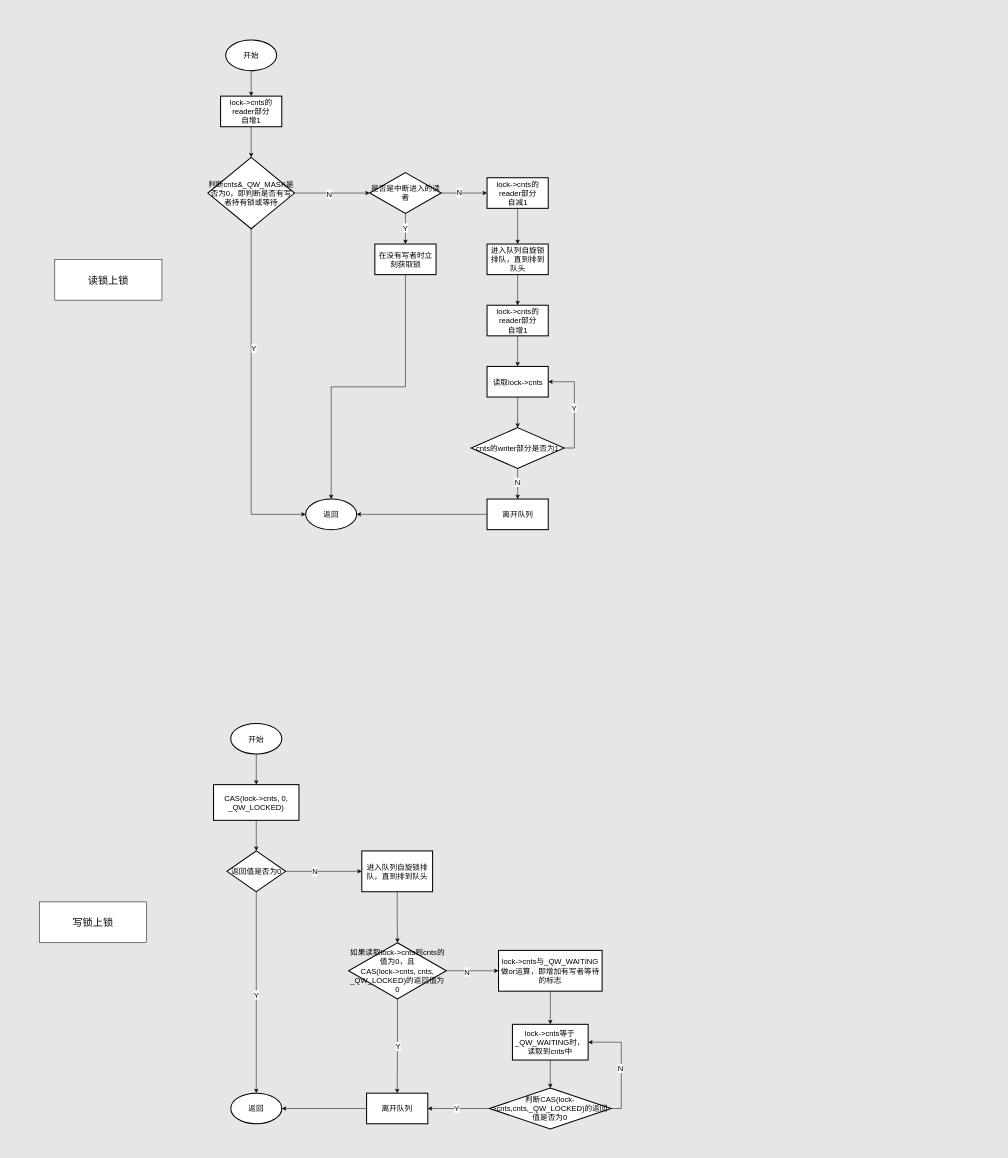
Earlier version of the draw.io diagram qrwlock.drawio (niosei/flow_charts). Source tidied: cells renumbered, new cells numbered last; positions are measured from the earlier drawing's top-left corner, leaving out a move shared by most shapes. Both pictures are drawn from the tidied source at 51%, with x=0, y=0 at pixel (39, 40).
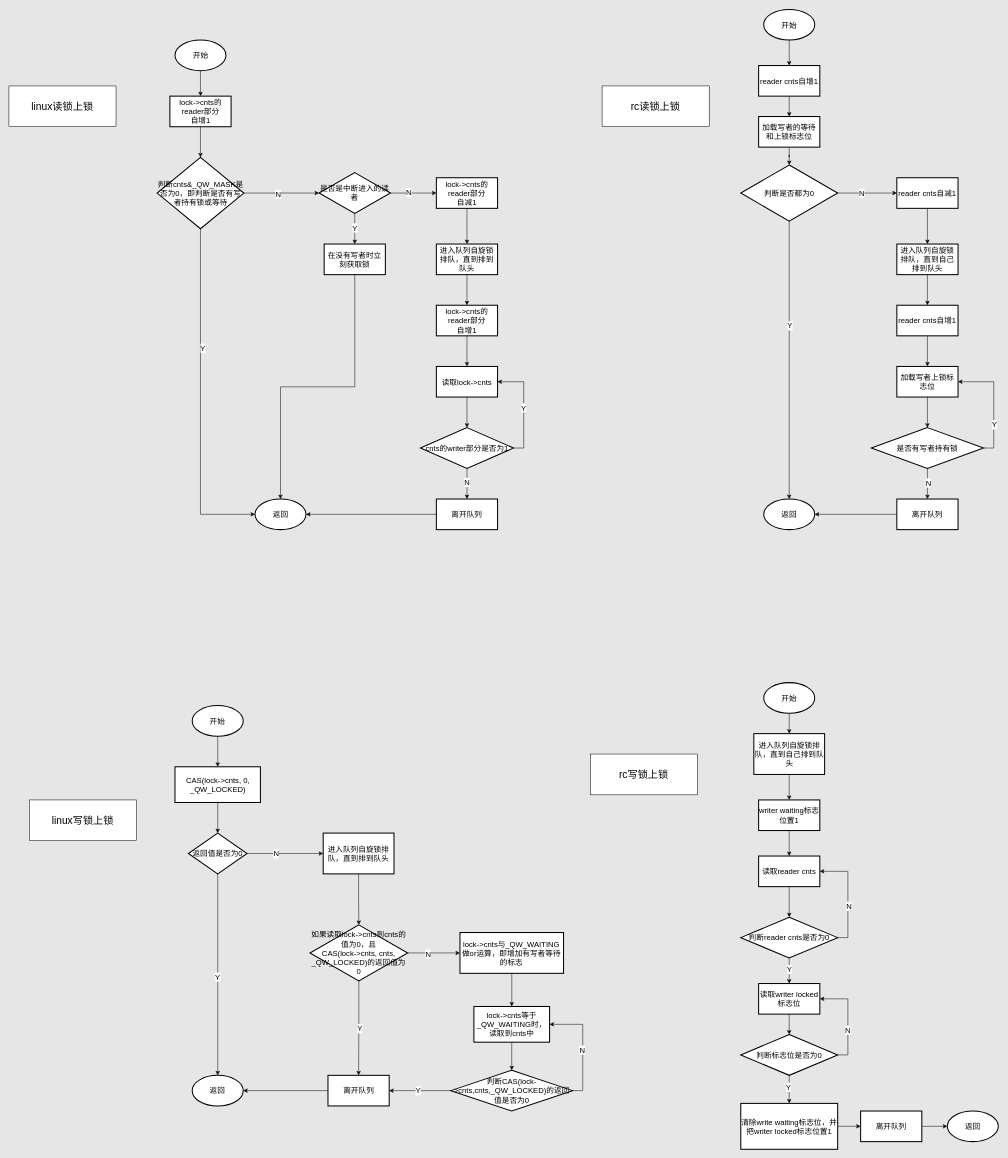
The same page after the edit.

Change to the diagram source:
```diff
@@
     <mxCell id="4" value="&lt;font style=&quot;font-size: 15px;&quot;&gt;判断cnts&amp;amp;_QW_MASK是否为0，即判断是否有写者持有锁或等待&lt;/font&gt;" style="strokeWidth=2;html=1;shape=mxgraph.flowchart.decision;whiteSpace=wrap;fontSize=15;" parent="1" vertex="1">
-      <mxGeometry x="330" y="230" width="170" height="140" as="geometry" />
+      <mxGeometry x="230.6" y="230" width="170" height="140" as="geometry" />
     </mxCell>
@@
     <mxCell id="9" value="是否是中断进入的读者" style="rhombus;whiteSpace=wrap;html=1;strokeWidth=2;fontSize=15;" parent="1" vertex="1">
-      <mxGeometry x="647.5" y="260" width="140" height="80" as="geometry" />
+      <mxGeometry x="548.1" y="260" width="140" height="80" as="geometry" />
     </mxCell>
@@
     <mxCell id="11" value="&lt;span style=&quot;font-size: 15px;&quot;&gt;开始&lt;/span&gt;" style="strokeWidth=2;html=1;shape=mxgraph.flowchart.start_1;whiteSpace=wrap;fontSize=15;" parent="1" vertex="1">
-      <mxGeometry x="365" width="100" height="60" as="geometry" />
+      <mxGeometry x="265.6" width="100" height="60" as="geometry" />
     </mxCell>
     <mxCell id="12" value="在没有写者时立刻获取锁" style="whiteSpace=wrap;html=1;strokeWidth=2;fontSize=15;" parent="1" vertex="1">
-      <mxGeometry x="657.5" y="400" width="120" height="60" as="geometry" />
+      <mxGeometry x="558.1" y="400" width="120" height="60" as="geometry" />
     </mxCell>
     <mxCell id="13" value="&lt;font style=&quot;font-size: 15px;&quot;&gt;lock-&amp;gt;cnts的reader部分&lt;/font&gt;&lt;div style=&quot;font-size: 15px;&quot;&gt;自增1&lt;/div&gt;" style="whiteSpace=wrap;html=1;strokeWidth=2;fontSize=15;" parent="1" vertex="1">
-      <mxGeometry x="355" y="110" width="120" height="60" as="geometry" />
+      <mxGeometry x="255.6" y="110" width="120" height="60" as="geometry" />
     </mxCell>
@@
     <mxCell id="16" value="&lt;font style=&quot;font-size: 15px;&quot;&gt;lock-&amp;gt;cnts的reader部分&lt;/font&gt;&lt;div style=&quot;font-size: 15px;&quot;&gt;自减1&lt;/div&gt;" style="whiteSpace=wrap;html=1;strokeWidth=2;fontSize=15;" parent="1" vertex="1">
-      <mxGeometry x="877.5" y="270" width="120" height="60" as="geometry" />
+      <mxGeometry x="778.1" y="270" width="120" height="60" as="geometry" />
     </mxCell>
     <mxCell id="17" value="&lt;span style=&quot;font-size: 15px;&quot;&gt;返回&lt;/span&gt;" style="strokeWidth=2;html=1;shape=mxgraph.flowchart.start_1;whiteSpace=wrap;fontSize=15;" parent="1" vertex="1">
-      <mxGeometry x="521.9" y="900" width="100" height="60" as="geometry" />
+      <mxGeometry x="422.5" y="900" width="100" height="60" as="geometry" />
     </mxCell>
@@
     <mxCell id="22" value="进入队列自旋锁排队，直到排到队头" style="whiteSpace=wrap;html=1;strokeWidth=2;fontSize=15;" parent="1" vertex="1">
-      <mxGeometry x="877.5" y="400" width="120" height="60" as="geometry" />
+      <mxGeometry x="778.1" y="400" width="120" height="60" as="geometry" />
     </mxCell>
@@
     <mxCell id="24" value="&lt;font style=&quot;font-size: 15px;&quot;&gt;lock-&amp;gt;cnts的reader部分&lt;/font&gt;&lt;div style=&quot;font-size: 15px;&quot;&gt;自增1&lt;/div&gt;" style="whiteSpace=wrap;html=1;strokeWidth=2;fontSize=15;" parent="1" vertex="1">
-      <mxGeometry x="877.5" y="520" width="120" height="60" as="geometry" />
+      <mxGeometry x="778.1" y="520" width="120" height="60" as="geometry" />
     </mxCell>
@@
     <mxCell id="26" value="读取lock-&amp;gt;cnts" style="whiteSpace=wrap;html=1;strokeWidth=2;fontSize=15;" parent="1" vertex="1">
-      <mxGeometry x="877.5" y="640" width="120" height="60" as="geometry" />
+      <mxGeometry x="778.1" y="640" width="120" height="60" as="geometry" />
     </mxCell>
@@
     <mxCell id="31" value="cnts的writer部分是否为1" style="rhombus;whiteSpace=wrap;html=1;strokeWidth=2;fontSize=15;" parent="1" vertex="1">
-      <mxGeometry x="846.2" y="760" width="182.5" height="80" as="geometry" />
+      <mxGeometry x="746.9" y="760" width="182.5" height="80" as="geometry" />
     </mxCell>
     <mxCell id="32" value="离开队列" style="whiteSpace=wrap;html=1;strokeWidth=2;fontSize=15;" parent="1" vertex="1">
-      <mxGeometry x="877.5" y="900" width="120" height="60" as="geometry" />
+      <mxGeometry x="778.1" y="900" width="120" height="60" as="geometry" />
     </mxCell>
@@
     <mxCell id="35" value="开始" style="strokeWidth=2;html=1;shape=mxgraph.flowchart.start_1;whiteSpace=wrap;fontSize=15;" parent="1" vertex="1">
-      <mxGeometry x="375" y="1340" width="100" height="60" as="geometry" />
+      <mxGeometry x="299.4" y="1305" width="100" height="60" as="geometry" />
     </mxCell>
     <mxCell id="36" value="&lt;span style=&quot;font-size: 15px;&quot;&gt;返回&lt;/span&gt;" style="strokeWidth=2;html=1;shape=mxgraph.flowchart.start_1;whiteSpace=wrap;fontSize=15;" parent="1" vertex="1">
-      <mxGeometry x="375" y="2065" width="100" height="60" as="geometry" />
+      <mxGeometry x="299.4" y="2030" width="100" height="60" as="geometry" />
     </mxCell>
@@
     <mxCell id="38" value="CAS(lock-&amp;gt;cnts, 0, _QW_LOCKED)" style="whiteSpace=wrap;html=1;strokeWidth=2;fontSize=15;" parent="1" vertex="1">
-      <mxGeometry x="341.2" y="1460" width="167.5" height="70" as="geometry" />
+      <mxGeometry x="265.6" y="1425" width="167.5" height="70" as="geometry" />
     </mxCell>
@@
     <mxCell id="41" value="返回值是否为0" style="rhombus;whiteSpace=wrap;html=1;strokeWidth=2;fontSize=15;" parent="1" vertex="1">
-      <mxGeometry x="367.5" y="1590" width="115" height="80" as="geometry" />
+      <mxGeometry x="291.9" y="1555" width="115" height="80" as="geometry" />
     </mxCell>
@@
     <mxCell id="45" value="进入队列自旋锁排队，直到排到队头" style="whiteSpace=wrap;html=1;strokeWidth=2;fontSize=15;" parent="1" vertex="1">
-      <mxGeometry x="631.9" y="1590" width="138.8" height="80" as="geometry" />
+      <mxGeometry x="556.2" y="1555" width="138.8" height="80" as="geometry" />
     </mxCell>
@@
     <mxCell id="50" value="如果读取lock-&amp;gt;cnts到cnts的值为0，且&lt;div style=&quot;font-size: 15px;&quot;&gt;CAS(lock-&amp;gt;cnts, cnts, _QW_LOCKED)的返回值为0&lt;/div&gt;" style="strokeWidth=2;html=1;shape=mxgraph.flowchart.decision;whiteSpace=wrap;fontSize=15;fontStyle=0;" parent="1" vertex="1">
-      <mxGeometry x="606" y="1770" width="191.6" height="110" as="geometry" />
+      <mxGeometry x="530.3" y="1735" width="191.6" height="110" as="geometry" />
     </mxCell>
     <mxCell id="51" value="离开队列" style="whiteSpace=wrap;html=1;strokeWidth=2;fontSize=15;" parent="1" vertex="1">
-      <mxGeometry x="641.3" y="2065" width="120" height="60" as="geometry" />
+      <mxGeometry x="565.6" y="2030" width="120" height="60" as="geometry" />
     </mxCell>
@@
     <mxCell id="54" value="lock-&amp;gt;cnts与_QW_WAITING做or运算，即增加有写者等待的标志" style="whiteSpace=wrap;html=1;strokeWidth=2;fontSize=15;" parent="1" vertex="1">
-      <mxGeometry x="900" y="1785" width="203.1" height="80" as="geometry" />
+      <mxGeometry x="824.4" y="1750" width="203.1" height="80" as="geometry" />
     </mxCell>
@@
     <mxCell id="56" value="lock-&amp;gt;cnts等于_QW_WAITING时，读取到cnts中" style="whiteSpace=wrap;html=1;fontSize=15;strokeWidth=2;" parent="1" vertex="1">
-      <mxGeometry x="927.3" y="1930" width="148.4" height="70" as="geometry" />
+      <mxGeometry x="851.7" y="1895" width="148.4" height="70" as="geometry" />
     </mxCell>
@@
     <mxCell id="61" value="判断CAS(lock-&amp;gt;cnts,cnts,_QW_LOCKED)的返回值是否为0" style="rhombus;whiteSpace=wrap;html=1;fontSize=15;strokeWidth=2;" parent="1" vertex="1">
-      <mxGeometry x="882.3" y="2055" width="238.4" height="80" as="geometry" />
+      <mxGeometry x="806.7" y="2020" width="238.4" height="80" as="geometry" />
     </mxCell>
-    <mxCell id="62" value="读锁上锁" style="rounded=0;whiteSpace=wrap;html=1;fontSize=20;" parent="1" vertex="1">
-      <mxGeometry x="30" y="430" width="210" height="80" as="geometry" />
+    <mxCell id="62" value="linux读锁上锁" style="rounded=0;whiteSpace=wrap;html=1;fontSize=20;" parent="1" vertex="1">
+      <mxGeometry x="-60" y="90" width="210" height="80" as="geometry" />
     </mxCell>
-    <mxCell id="63" value="写锁上锁" style="rounded=0;whiteSpace=wrap;html=1;fontSize=20;" parent="1" vertex="1">
-      <mxGeometry y="1690" width="210" height="80" as="geometry" />
+    <mxCell id="63" value="linux写锁上锁" style="rounded=0;whiteSpace=wrap;html=1;fontSize=20;" parent="1" vertex="1">
+      <mxGeometry x="-20" y="1490" width="210" height="80" as="geometry" />
     </mxCell>
+    <mxCell id="64" style="edgeStyle=orthogonalEdgeStyle;rounded=0;jettySize=auto;html=1;exitX=0.5;exitY=1;exitDx=0;exitDy=0;exitPerimeter=0;entryX=0.5;entryY=0;entryDx=0;entryDy=0;fontSize=15;" parent="1" edge="1" source="65" target="67">
+      <mxGeometry relative="1" as="geometry" />
+    </mxCell>
+    <mxCell id="65" value="&lt;span style=&quot;font-size: 15px;&quot;&gt;开始&lt;/span&gt;" style="strokeWidth=2;html=1;shape=mxgraph.flowchart.start_1;whiteSpace=wrap;fontSize=15;" parent="1" vertex="1">
+      <mxGeometry x="1420" y="-60" width="100" height="60" as="geometry" />
+    </mxCell>
+    <mxCell id="66" style="edgeStyle=orthogonalEdgeStyle;rounded=0;jettySize=auto;html=1;fontSize=15;" parent="1" edge="1" source="67" target="69">
+      <mxGeometry relative="1" as="geometry" />
+    </mxCell>
+    <mxCell id="67" value="&lt;font style=&quot;font-size: 15px;&quot;&gt;reader cnts&lt;/font&gt;&lt;span style=&quot;background-color: initial; font-size: 15px;&quot;&gt;自增1&lt;/span&gt;" style="whiteSpace=wrap;html=1;strokeWidth=2;fontSize=15;" parent="1" vertex="1">
+      <mxGeometry x="1410" y="50" width="120" height="60" as="geometry" />
+    </mxCell>
+    <mxCell id="68" style="edgeStyle=orthogonalEdgeStyle;rounded=0;jettySize=auto;html=1;fontSize=15;" parent="1" edge="1" source="69" target="74">
+      <mxGeometry relative="1" as="geometry" />
+    </mxCell>
+    <mxCell id="69" value="加载写者的等待和上锁标志位" style="whiteSpace=wrap;html=1;fontSize=15;strokeWidth=2;" parent="1" vertex="1">
+      <mxGeometry x="1410" y="150" width="120" height="60" as="geometry" />
+    </mxCell>
+    <mxCell id="70" style="edgeStyle=orthogonalEdgeStyle;rounded=0;jettySize=auto;html=1;exitX=0.5;exitY=1;exitDx=0;exitDy=0;fontSize=15;" parent="1" edge="1" source="74" target="75">
+      <mxGeometry relative="1" as="geometry" />
+    </mxCell>
+    <mxCell id="71" value="Y" style="edgeLabel;html=1;align=center;verticalAlign=middle;fontSize=15;" parent="70" vertex="1">
+      <mxGeometry x="-0.25" relative="1" as="geometry" />
+    </mxCell>
+    <mxCell id="72" style="edgeStyle=orthogonalEdgeStyle;rounded=0;jettySize=auto;html=1;fontSize=15;" parent="1" edge="1" source="74" target="77">
+      <mxGeometry relative="1" as="geometry" />
+    </mxCell>
+    <mxCell id="73" value="N" style="edgeLabel;html=1;align=center;verticalAlign=middle;fontSize=15;" parent="72" vertex="1">
+      <mxGeometry x="-0.21" y="1" relative="1" as="geometry" />
+    </mxCell>
+    <mxCell id="74" value="判断是否都为0" style="rhombus;whiteSpace=wrap;html=1;fontSize=15;strokeWidth=2;" parent="1" vertex="1">
+      <mxGeometry x="1375" y="245" width="190" height="110" as="geometry" />
+    </mxCell>
+    <mxCell id="75" value="&lt;span style=&quot;font-size: 15px;&quot;&gt;返回&lt;/span&gt;" style="strokeWidth=2;html=1;shape=mxgraph.flowchart.start_1;whiteSpace=wrap;fontSize=15;" parent="1" vertex="1">
+      <mxGeometry x="1420" y="900" width="100" height="60" as="geometry" />
+    </mxCell>
+    <mxCell id="76" style="edgeStyle=orthogonalEdgeStyle;rounded=0;jettySize=auto;html=1;fontSize=15;" parent="1" edge="1" source="77" target="79">
+      <mxGeometry relative="1" as="geometry" />
+    </mxCell>
+    <mxCell id="77" value="reader cnts自减&lt;span style=&quot;background-color: initial; font-size: 15px;&quot;&gt;1&lt;/span&gt;" style="whiteSpace=wrap;html=1;fontSize=15;strokeWidth=2;" parent="1" vertex="1">
+      <mxGeometry x="1681" y="270" width="120" height="60" as="geometry" />
+    </mxCell>
+    <mxCell id="78" style="edgeStyle=orthogonalEdgeStyle;rounded=0;jettySize=auto;html=1;fontSize=15;" parent="1" edge="1" source="79" target="81">
+      <mxGeometry relative="1" as="geometry" />
+    </mxCell>
+    <mxCell id="79" value="进入队列自旋锁排队，直到自己排到队头" style="whiteSpace=wrap;html=1;fontSize=15;strokeWidth=2;" parent="1" vertex="1">
+      <mxGeometry x="1681" y="400" width="120" height="60" as="geometry" />
+    </mxCell>
+    <mxCell id="80" style="edgeStyle=orthogonalEdgeStyle;rounded=0;jettySize=auto;html=1;fontSize=15;" parent="1" edge="1" source="81" target="88">
+      <mxGeometry relative="1" as="geometry" />
+    </mxCell>
+    <mxCell id="81" value="reader cnts&lt;span style=&quot;background-color: initial; font-size: 15px;&quot;&gt;自增1&lt;/span&gt;" style="whiteSpace=wrap;html=1;fontSize=15;strokeWidth=2;" parent="1" vertex="1">
+      <mxGeometry x="1681" y="520" width="120" height="60" as="geometry" />
+    </mxCell>
+    <mxCell id="82" style="edgeStyle=orthogonalEdgeStyle;rounded=0;jettySize=auto;html=1;exitX=1;exitY=0.5;exitDx=0;exitDy=0;entryX=1;entryY=0.5;entryDx=0;entryDy=0;fontSize=15;" parent="1" edge="1" source="86" target="88">
+      <mxGeometry relative="1" as="geometry" />
+    </mxCell>
+    <mxCell id="83" value="Y" style="edgeLabel;html=1;align=center;verticalAlign=middle;fontSize=15;" parent="82" vertex="1">
+      <mxGeometry x="-0.39" relative="1" as="geometry" />
+    </mxCell>
+    <mxCell id="84" style="edgeStyle=orthogonalEdgeStyle;rounded=0;jettySize=auto;html=1;exitX=0.5;exitY=1;exitDx=0;exitDy=0;entryX=0.5;entryY=0;entryDx=0;entryDy=0;fontSize=15;" parent="1" edge="1" source="86" target="89">
+      <mxGeometry relative="1" as="geometry" />
+    </mxCell>
+    <mxCell id="85" value="N" style="edgeLabel;html=1;align=center;verticalAlign=middle;fontSize=15;" parent="84" vertex="1">
+      <mxGeometry x="-0.1" y="1" relative="1" as="geometry" />
+    </mxCell>
+    <mxCell id="86" value="是否有写者持有锁" style="rhombus;whiteSpace=wrap;html=1;fontSize=15;strokeWidth=2;" parent="1" vertex="1">
+      <mxGeometry x="1631" y="760" width="220" height="80" as="geometry" />
+    </mxCell>
+    <mxCell id="87" style="edgeStyle=orthogonalEdgeStyle;rounded=0;jettySize=auto;html=1;entryX=0.5;entryY=0;entryDx=0;entryDy=0;fontSize=15;" parent="1" edge="1" source="88" target="86">
+      <mxGeometry relative="1" as="geometry" />
+    </mxCell>
+    <mxCell id="88" value="加载写者上锁标志位" style="whiteSpace=wrap;html=1;fontSize=15;strokeWidth=2;" parent="1" vertex="1">
+      <mxGeometry x="1681" y="640" width="120" height="60" as="geometry" />
+    </mxCell>
+    <mxCell id="89" value="离开队列" style="whiteSpace=wrap;html=1;strokeWidth=2;fontSize=15;" parent="1" vertex="1">
+      <mxGeometry x="1681" y="900" width="120" height="60" as="geometry" />
+    </mxCell>
+    <mxCell id="90" style="edgeStyle=orthogonalEdgeStyle;rounded=0;jettySize=auto;html=1;exitX=0;exitY=0.5;exitDx=0;exitDy=0;entryX=1;entryY=0.5;entryDx=0;entryDy=0;entryPerimeter=0;fontSize=15;" parent="1" edge="1" source="89" target="75">
+      <mxGeometry relative="1" as="geometry" />
+    </mxCell>
+    <mxCell id="91" value="rc读锁上锁" style="rounded=0;whiteSpace=wrap;html=1;fontSize=20;" parent="1" vertex="1">
+      <mxGeometry x="1103.1" y="90" width="210" height="80" as="geometry" />
+    </mxCell>
+    <mxCell id="92" style="edgeStyle=orthogonalEdgeStyle;rounded=0;jettySize=auto;html=1;exitX=0.5;exitY=1;exitDx=0;exitDy=0;exitPerimeter=0;entryX=0.5;entryY=0;entryDx=0;entryDy=0;fontSize=15;" parent="1" edge="1" source="93" target="95">
+      <mxGeometry relative="1" as="geometry" />
+    </mxCell>
+    <mxCell id="93" value="开始" style="strokeWidth=2;html=1;shape=mxgraph.flowchart.start_1;whiteSpace=wrap;fontSize=15;" parent="1" vertex="1">
+      <mxGeometry x="1420" y="1260" width="100" height="60" as="geometry" />
+    </mxCell>
+    <mxCell id="94" style="edgeStyle=orthogonalEdgeStyle;rounded=0;jettySize=auto;html=1;fontSize=15;" parent="1" edge="1" source="95" target="97">
+      <mxGeometry relative="1" as="geometry" />
+    </mxCell>
+    <mxCell id="95" value="进入队列自旋锁排队，直到自己排到队头" style="whiteSpace=wrap;html=1;strokeWidth=2;fontSize=15;" parent="1" vertex="1">
+      <mxGeometry x="1400.6" y="1360" width="138.8" height="80" as="geometry" />
+    </mxCell>
+    <mxCell id="96" style="edgeStyle=orthogonalEdgeStyle;rounded=0;jettySize=auto;html=1;fontSize=15;" parent="1" edge="1" source="97" target="104">
+      <mxGeometry relative="1" as="geometry" />
+    </mxCell>
+    <mxCell id="97" value="writer waiting标志位置1" style="whiteSpace=wrap;html=1;fontSize=15;strokeWidth=2;" parent="1" vertex="1">
+      <mxGeometry x="1410" y="1490" width="120" height="60" as="geometry" />
+    </mxCell>
+    <mxCell id="98" style="edgeStyle=orthogonalEdgeStyle;rounded=0;jettySize=auto;html=1;exitX=0.5;exitY=1;exitDx=0;exitDy=0;entryX=0.5;entryY=0;entryDx=0;entryDy=0;fontSize=15;" parent="1" edge="1" source="102" target="106">
+      <mxGeometry relative="1" as="geometry" />
+    </mxCell>
+    <mxCell id="99" value="Y" style="edgeLabel;html=1;align=center;verticalAlign=middle;fontSize=15;" parent="98" vertex="1">
+      <mxGeometry x="-0.16" y="-1" relative="1" as="geometry" />
+    </mxCell>
+    <mxCell id="100" style="edgeStyle=orthogonalEdgeStyle;rounded=0;jettySize=auto;html=1;exitX=1;exitY=0.5;exitDx=0;exitDy=0;entryX=1;entryY=0.5;entryDx=0;entryDy=0;fontSize=15;" parent="1" edge="1" source="102" target="104">
+      <mxGeometry relative="1" as="geometry" />
+    </mxCell>
+    <mxCell id="101" value="N" style="edgeLabel;html=1;align=center;verticalAlign=middle;fontSize=15;" parent="100" vertex="1">
+      <mxGeometry x="-0.19" y="-1" relative="1" as="geometry" />
+    </mxCell>
+    <mxCell id="102" value="判断reader cnts是否为0" style="rhombus;whiteSpace=wrap;html=1;fontSize=15;strokeWidth=2;" parent="1" vertex="1">
+      <mxGeometry x="1375" y="1720" width="190" height="80" as="geometry" />
+    </mxCell>
+    <mxCell id="103" style="edgeStyle=orthogonalEdgeStyle;rounded=0;jettySize=auto;html=1;exitX=0.5;exitY=1;exitDx=0;exitDy=0;entryX=0.5;entryY=0;entryDx=0;entryDy=0;fontSize=15;" parent="1" edge="1" source="104" target="102">
+      <mxGeometry relative="1" as="geometry" />
+    </mxCell>
+    <mxCell id="104" value="读取reader cnts" style="whiteSpace=wrap;html=1;fontSize=15;strokeWidth=2;" parent="1" vertex="1">
+      <mxGeometry x="1410" y="1600" width="120" height="60" as="geometry" />
+    </mxCell>
+    <mxCell id="105" style="edgeStyle=orthogonalEdgeStyle;rounded=0;jettySize=auto;html=1;exitX=0.5;exitY=1;exitDx=0;exitDy=0;entryX=0.5;entryY=0;entryDx=0;entryDy=0;fontSize=15;" parent="1" edge="1" source="106" target="111">
+      <mxGeometry relative="1" as="geometry" />
+    </mxCell>
+    <mxCell id="106" value="读取writer locked标志位" style="whiteSpace=wrap;html=1;fontSize=15;strokeWidth=2;" parent="1" vertex="1">
+      <mxGeometry x="1410" y="1850" width="120" height="60" as="geometry" />
+    </mxCell>
+    <mxCell id="107" style="edgeStyle=orthogonalEdgeStyle;rounded=0;jettySize=auto;html=1;exitX=1;exitY=0.5;exitDx=0;exitDy=0;entryX=1;entryY=0.5;entryDx=0;entryDy=0;fontSize=15;" parent="1" edge="1" source="111" target="106">
+      <mxGeometry relative="1" as="geometry" />
+    </mxCell>
+    <mxCell id="108" value="N" style="edgeLabel;html=1;align=center;verticalAlign=middle;fontSize=15;" parent="107" vertex="1">
+      <mxGeometry x="-0.24" y="1" relative="1" as="geometry" />
+    </mxCell>
+    <mxCell id="109" style="edgeStyle=orthogonalEdgeStyle;rounded=0;jettySize=auto;html=1;fontSize=15;" parent="1" edge="1" source="111" target="113">
+      <mxGeometry relative="1" as="geometry" />
+    </mxCell>
+    <mxCell id="110" value="Y" style="edgeLabel;html=1;align=center;verticalAlign=middle;fontSize=15;" parent="109" vertex="1">
+      <mxGeometry x="-0.2" y="-3" relative="1" as="geometry" />
+    </mxCell>
+    <mxCell id="111" value="判断标志位是否为0" style="rhombus;whiteSpace=wrap;html=1;fontSize=15;strokeWidth=2;" parent="1" vertex="1">
+      <mxGeometry x="1375" y="1950" width="190" height="80" as="geometry" />
+    </mxCell>
+    <mxCell id="112" style="edgeStyle=orthogonalEdgeStyle;rounded=0;jettySize=auto;html=1;exitX=1;exitY=0.5;exitDx=0;exitDy=0;entryX=0;entryY=0.5;entryDx=0;entryDy=0;fontSize=15;" parent="1" edge="1" source="113" target="114">
+      <mxGeometry relative="1" as="geometry" />
+    </mxCell>
+    <mxCell id="113" value="清除write waiting标志位，并把writer locked标志位置1" style="whiteSpace=wrap;html=1;fontSize=15;strokeWidth=2;" parent="1" vertex="1">
+      <mxGeometry x="1375" y="2085" width="190" height="90" as="geometry" />
+    </mxCell>
+    <mxCell id="114" value="离开队列" style="whiteSpace=wrap;html=1;strokeWidth=2;fontSize=15;" parent="1" vertex="1">
+      <mxGeometry x="1610" y="2100" width="120" height="60" as="geometry" />
+    </mxCell>
+    <mxCell id="115" value="&lt;span style=&quot;font-size: 15px;&quot;&gt;返回&lt;/span&gt;" style="strokeWidth=2;html=1;shape=mxgraph.flowchart.start_1;whiteSpace=wrap;fontSize=15;" parent="1" vertex="1">
+      <mxGeometry x="1780" y="2100" width="100" height="60" as="geometry" />
+    </mxCell>
+    <mxCell id="116" style="edgeStyle=orthogonalEdgeStyle;rounded=0;jettySize=auto;html=1;exitX=1;exitY=0.5;exitDx=0;exitDy=0;entryX=0;entryY=0.5;entryDx=0;entryDy=0;entryPerimeter=0;fontSize=15;" parent="1" edge="1" source="114" target="115">
+      <mxGeometry relative="1" as="geometry" />
+    </mxCell>
+    <mxCell id="117" value="rc写锁上锁" style="rounded=0;whiteSpace=wrap;html=1;fontSize=20;" parent="1" vertex="1">
+      <mxGeometry x="1080" y="1400" width="210" height="80" as="geometry" />
+    </mxCell>
```
